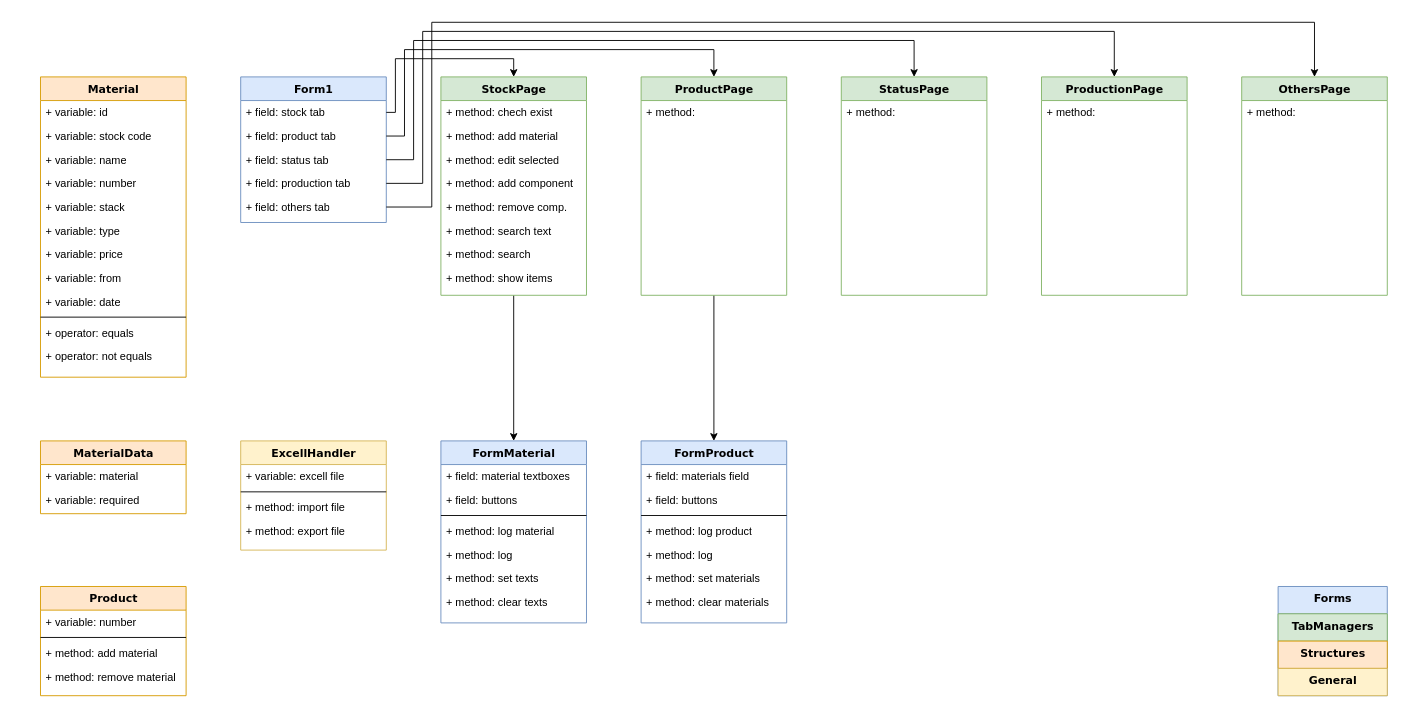
Before: FlowChart.drawio in BurakKaragol/Inventory-Stock-Keeping-Application, a draw.io diagram. Source tidied: cells renumbered, new cells numbered last; positions are measured from the earlier drawing's top-left corner, leaving out a move shared by most shapes. Both pictures are drawn from the tidied source at 91%, with x=0, y=0 at pixel (40, 22).
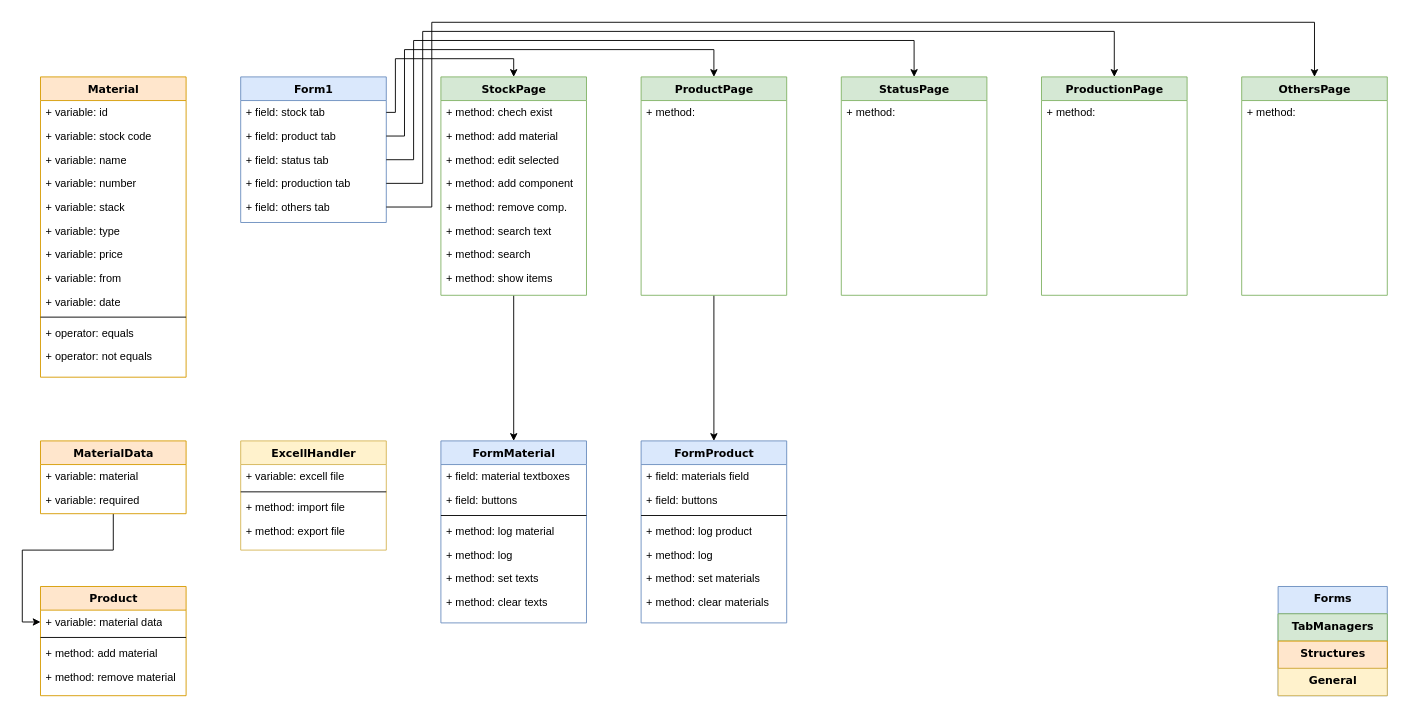
The same diagram, later.

The change refers to these unchanged cells:
```xml
<mxCell id="39" value="Product" style="swimlane;html=1;fontStyle=1;align=center;verticalAlign=top;horizontal=1;startSize=26;swimlaneFillColor=#ffffff;rounded=0;shadow=0;comic=0;labelBackgroundColor=none;strokeWidth=1;fillColor=#ffe6cc;fontFamily=Verdana;fontSize=12;strokeColor=#d79b00;" parent="1" vertex="1">
  <mxGeometry y="620" width="160" height="120" as="geometry" />
</mxCell>
<mxCell id="63" value="MaterialData" style="swimlane;html=1;fontStyle=1;align=center;verticalAlign=top;horizontal=1;startSize=26;swimlaneFillColor=#ffffff;rounded=0;shadow=0;comic=0;labelBackgroundColor=none;strokeWidth=1;fillColor=#ffe6cc;fontFamily=Verdana;fontSize=12;strokeColor=#d79b00;" parent="1" vertex="1">
  <mxGeometry y="460" width="160" height="80" as="geometry" />
</mxCell>
```

The edit, as a diff of the source:
```diff
@@
-    <mxCell id="40" value="+ variable: number" style="text;html=1;strokeColor=none;fillColor=none;align=left;verticalAlign=top;spacingLeft=4;spacingRight=4;whiteSpace=wrap;overflow=hidden;points=[[0,0.5],[1,0.5]];portConstraint=eastwest;" parent="39" vertex="1">
+    <mxCell id="40" value="+ variable: material data" style="text;html=1;strokeColor=none;fillColor=none;align=left;verticalAlign=top;spacingLeft=4;spacingRight=4;whiteSpace=wrap;overflow=hidden;points=[[0,0.5],[1,0.5]];portConstraint=eastwest;" parent="39" vertex="1">
       <mxGeometry y="26" width="160" height="26" as="geometry" />
     </mxCell>
@@
+    <mxCell id="78" style="edgeStyle=orthogonalEdgeStyle;rounded=0;jettySize=auto;html=1;entryX=0;entryY=0.5;entryDx=0;entryDy=0;" parent="1" edge="1" source="63" target="40">
+      <mxGeometry relative="1" as="geometry">
+        <Array as="points">
+          <mxPoint x="80" y="580" />
+          <mxPoint x="-20" y="580" />
+          <mxPoint x="-20" y="659" />
+        </Array>
+      </mxGeometry>
+    </mxCell>
```
